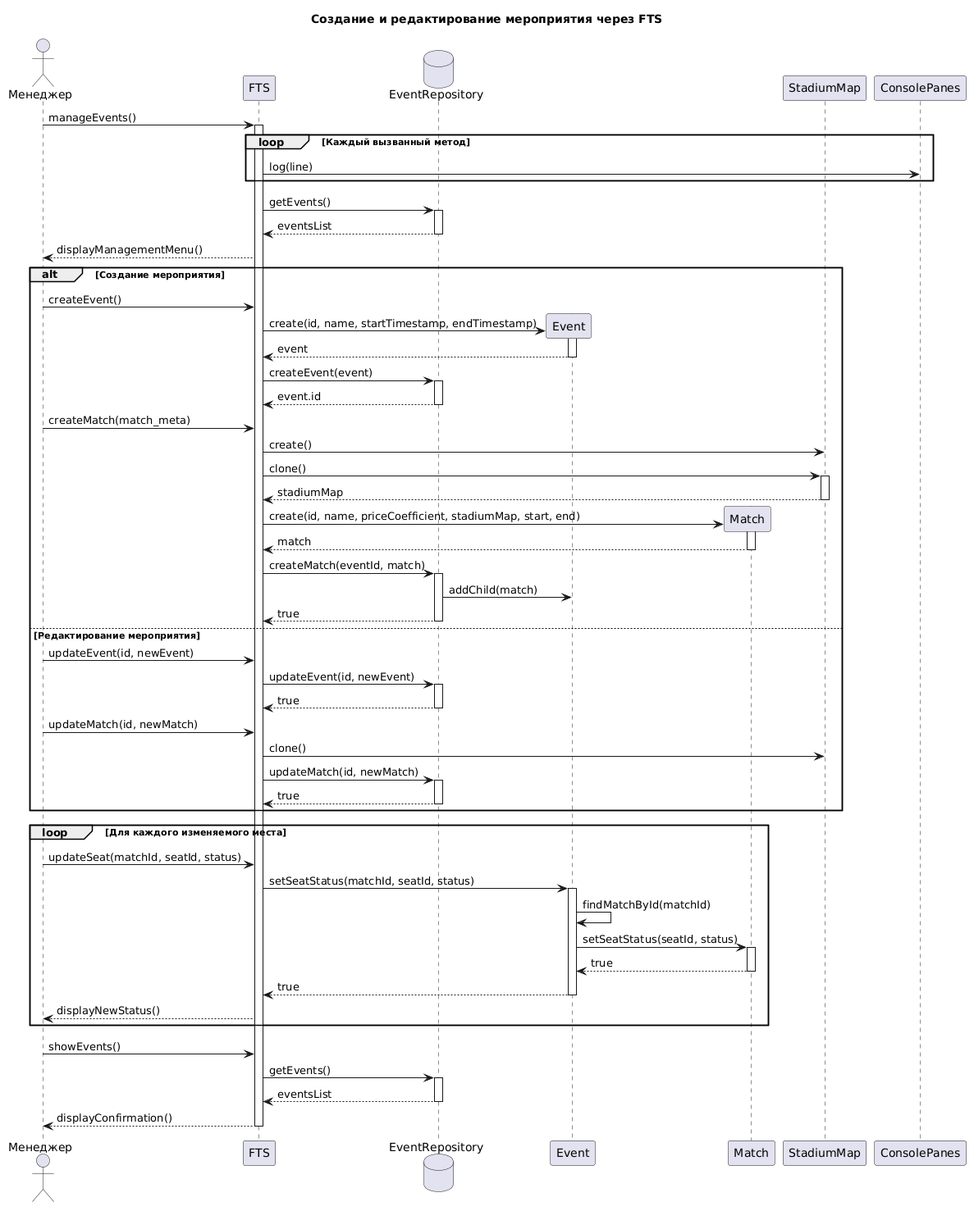
Before: source/diagram3.png, a diagram exported from PlantUML (penamarth/bsbo-11-24_team5_var10_football).
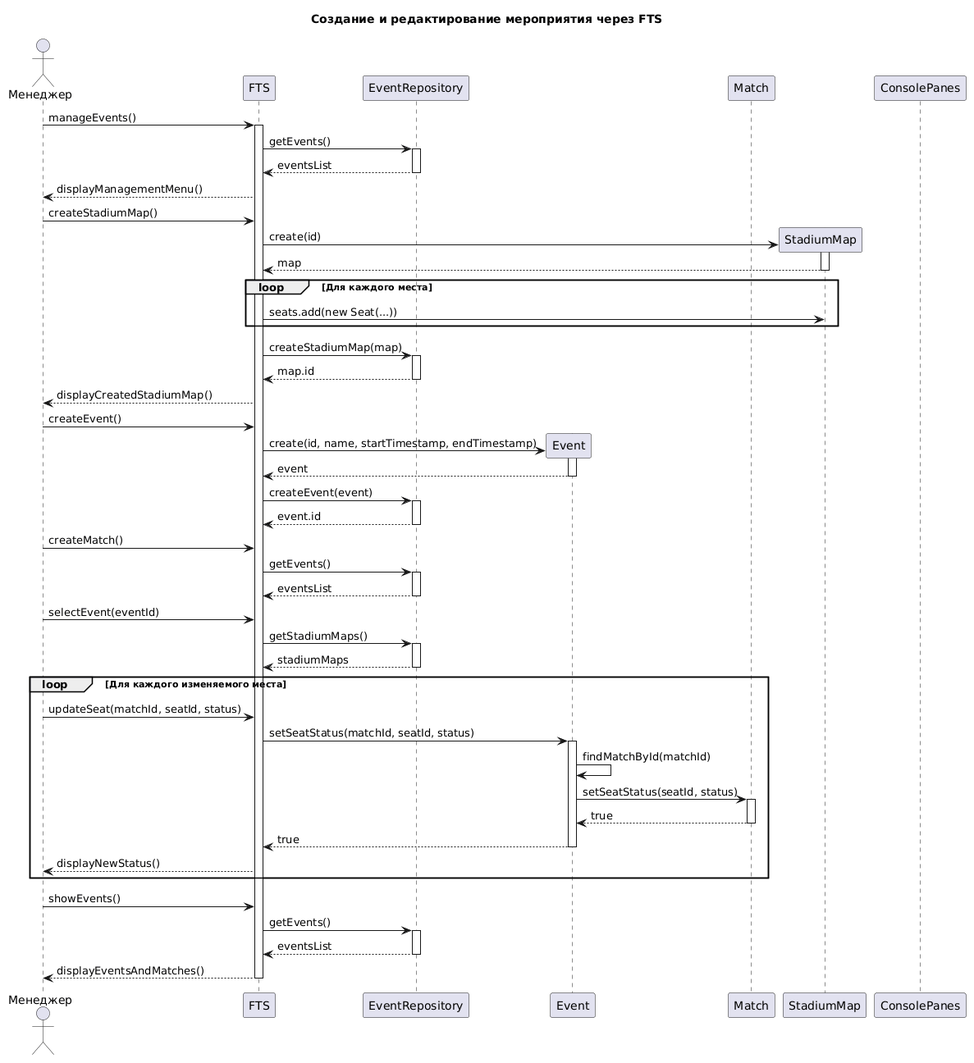
Later version of the same file.

Change to the diagram source:
```diff
@@ -4,7 +4,7 @@
 actor "Менеджер" as Manager
 
 participant "FTS" as FTS
-database "EventRepository" as EventRepository
+participant "EventRepository" as EventRepository
 participant "Event" as Event
 participant "Match" as Match
 participant "StadiumMap" as StadiumMap
@@ -13,17 +13,30 @@
 Manager -> FTS : manageEvents()
 activate FTS
 
-loop Каждый вызванный метод
-    FTS -> Panes : log(line)
-end
-
 FTS -> EventRepository : getEvents()
 activate EventRepository
 EventRepository --> FTS : eventsList
 deactivate EventRepository
 FTS --> Manager : displayManagementMenu()
 
-alt Создание мероприятия
+        Manager -> FTS : createStadiumMap()
+        create StadiumMap
+        FTS -> StadiumMap : create(id)
+        activate StadiumMap
+        StadiumMap --> FTS : map
+        deactivate StadiumMap
+
+        loop Для каждого места
+            FTS -> StadiumMap : seats.add(new Seat(...))
+        end
+
+        FTS -> EventRepository : createStadiumMap(map)
+        activate EventRepository
+        EventRepository --> FTS : map.id
+        deactivate EventRepository
+        FTS --> Manager : displayCreatedStadiumMap()
+
+
     Manager -> FTS : createEvent()
     create Event
     FTS -> Event : create(id, name, startTimestamp, endTimestamp)
@@ -36,38 +49,18 @@
     EventRepository --> FTS : event.id
     deactivate EventRepository
 
-    Manager -> FTS : createMatch(match_meta)
-    FTS -> StadiumMap : create()
-    FTS -> StadiumMap : clone()
-    activate StadiumMap
-    StadiumMap --> FTS : stadiumMap
-    deactivate StadiumMap
+    Manager -> FTS : createMatch()
+    FTS -> EventRepository : getEvents()
+    activate EventRepository
+    EventRepository --> FTS : eventsList
+    deactivate EventRepository
+    Manager -> FTS : selectEvent(eventId)
 
-    create Match
-    FTS -> Match : create(id, name, priceCoefficient, stadiumMap, start, end)
-    activate Match
-    Match --> FTS : match
-    deactivate Match
-
-    FTS -> EventRepository : createMatch(eventId, match)
+    FTS -> EventRepository : getStadiumMaps()
     activate EventRepository
-    EventRepository -> Event : addChild(match)
-    EventRepository --> FTS : true
-    deactivate EventRepository
-else Редактирование мероприятия
-    Manager -> FTS : updateEvent(id, newEvent)
-    FTS -> EventRepository : updateEvent(id, newEvent)
-    activate EventRepository
-    EventRepository --> FTS : true
+    EventRepository --> FTS : stadiumMaps
     deactivate EventRepository
 
-    Manager -> FTS : updateMatch(id, newMatch)
-    FTS -> StadiumMap : clone()
-    FTS -> EventRepository : updateMatch(id, newMatch)
-    activate EventRepository
-    EventRepository --> FTS : true
-    deactivate EventRepository
-end
 
 loop Для каждого изменяемого места
     Manager -> FTS : updateSeat(matchId, seatId, status)
@@ -88,7 +81,7 @@
 activate EventRepository
 EventRepository --> FTS : eventsList
 deactivate EventRepository
-FTS --> Manager : displayConfirmation()
+FTS --> Manager : displayEventsAndMatches()
 
 deactivate FTS
 @enduml
```
